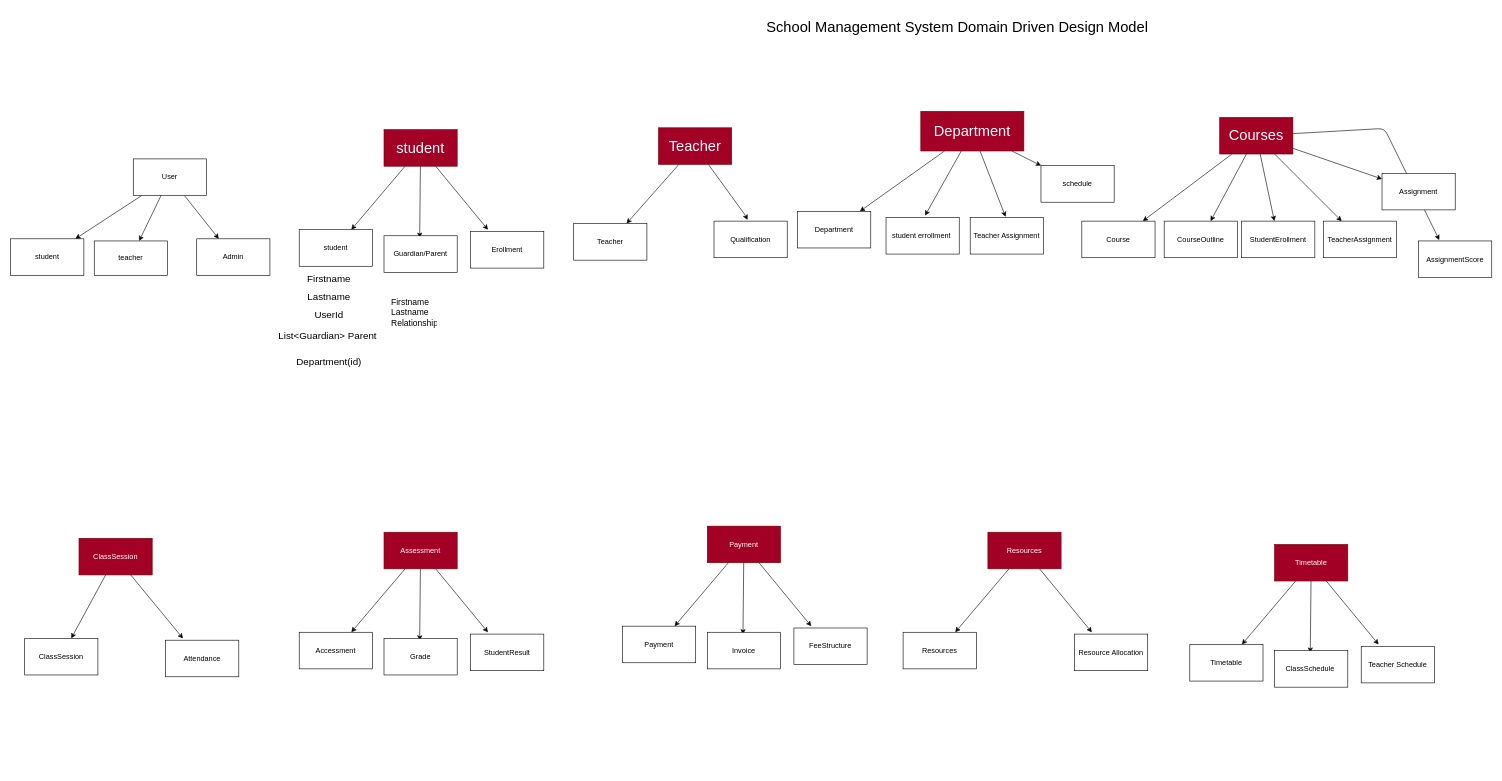
The draw.io diagram app.drawio in hakeem2499/SchoolAutomation, before the edit. Source tidied: cells renumbered, new cells numbered last; positions are measured from the earlier drawing's top-left corner, leaving out a move shared by most shapes. Both pictures are drawn from the tidied source at 61%, with x=0, y=0 at pixel (10, 10).
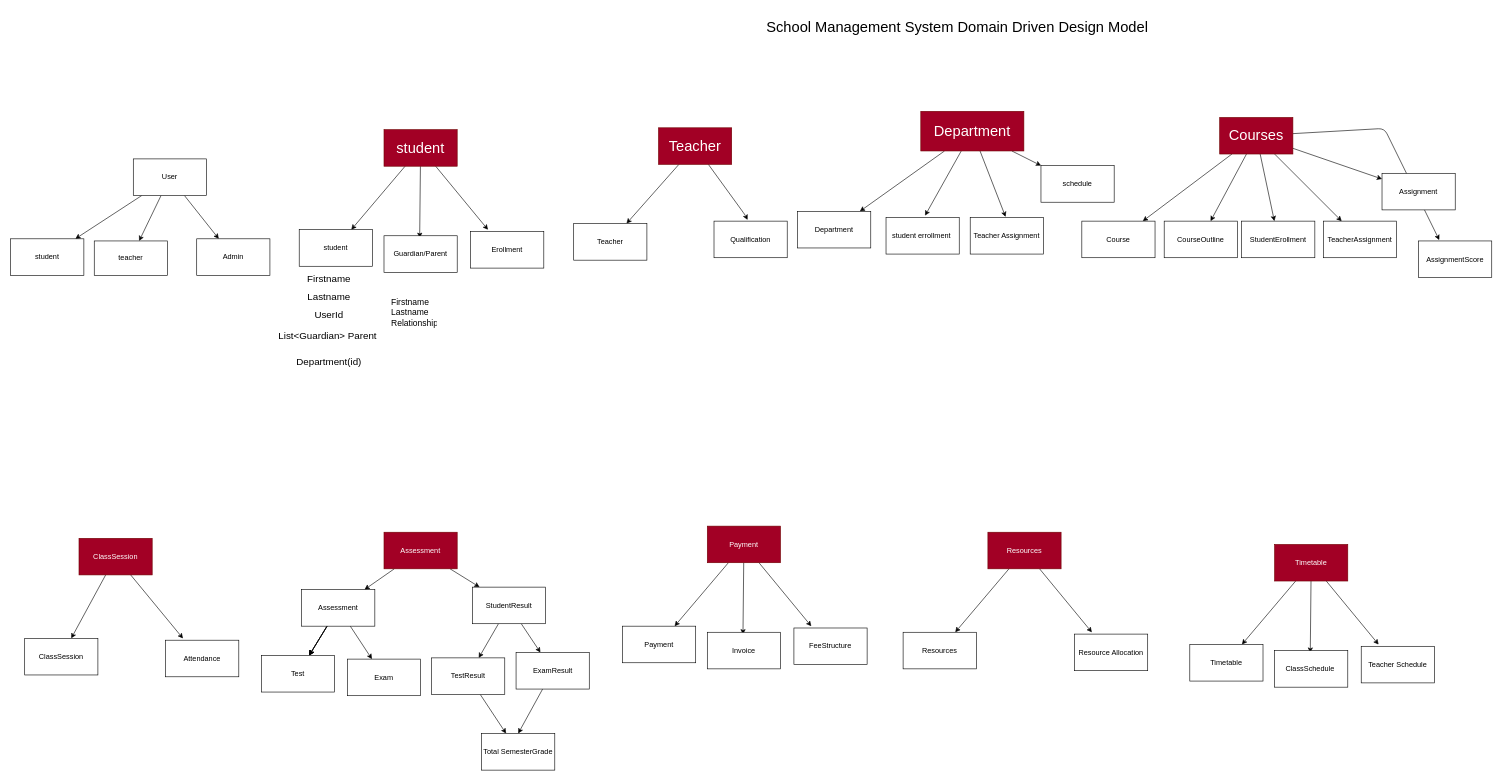
The same diagram, later.

Commit message:
added accessment aggregate structure

Unchanged cells that the change refers to:
```xml
<mxCell id="32" value="Assessment" style="rounded=0;whiteSpace=wrap;html=1;fillColor=#a20025;fontColor=#ffffff;strokeColor=#6F0000;" parent="1" vertex="1">
  <mxGeometry x="612" y="855" width="120" height="60" as="geometry" />
</mxCell>
```

Diff of the diagram source:
```diff
@@
-    <mxCell id="30" style="edgeStyle=none;html=1;" parent="1" edge="1" source="32">
-      <mxGeometry relative="1" as="geometry">
-        <mxPoint x="670.5" y="1032.6" as="targetPoint" />
-      </mxGeometry>
-    </mxCell>
-    <mxCell id="31" style="edgeStyle=none;html=1;" parent="1" edge="1" source="32">
-      <mxGeometry relative="1" as="geometry">
-        <mxPoint x="782.5" y="1019.1" as="targetPoint" />
-      </mxGeometry>
+    <mxCell id="31" style="edgeStyle=none;html=1;" parent="1" edge="1" source="32" target="35">
+      <mxGeometry relative="1" as="geometry" />
     </mxCell>
@@
+    <mxCell id="81" style="edgeStyle=none;html=1;" parent="1" edge="1" source="33" target="88">
+      <mxGeometry relative="1" as="geometry" />
+    </mxCell>
+    <mxCell id="82" style="edgeStyle=none;html=1;" parent="1" edge="1" source="33" target="88">
+      <mxGeometry relative="1" as="geometry" />
+    </mxCell>
+    <mxCell id="83" style="edgeStyle=none;html=1;" parent="1" edge="1" source="33" target="88">
+      <mxGeometry relative="1" as="geometry" />
+    </mxCell>
+    <mxCell id="84" style="edgeStyle=none;html=1;" parent="1" edge="1" source="33" target="88">
+      <mxGeometry relative="1" as="geometry" />
+    </mxCell>
+    <mxCell id="85" style="edgeStyle=none;html=1;" parent="1" edge="1" source="33" target="89">
+      <mxGeometry relative="1" as="geometry" />
+    </mxCell>
-    <mxCell id="33" value="Accessment" style="rounded=0;whiteSpace=wrap;html=1;" parent="1" vertex="1">
-      <mxGeometry x="473" y="1019" width="120" height="60" as="geometry" />
+    <mxCell id="33" value="Assessment" style="rounded=0;whiteSpace=wrap;html=1;" parent="1" vertex="1">
+      <mxGeometry x="477" y="949" width="120" height="60" as="geometry" />
     </mxCell>
-    <mxCell id="34" value="Grade" style="rounded=0;whiteSpace=wrap;html=1;" parent="1" vertex="1">
-      <mxGeometry x="612" y="1029" width="120" height="60" as="geometry" />
-    </mxCell>
+    <mxCell id="86" style="edgeStyle=none;html=1;" parent="1" edge="1" source="35" target="91">
+      <mxGeometry relative="1" as="geometry" />
+    </mxCell>
+    <mxCell id="87" style="edgeStyle=none;html=1;" parent="1" edge="1" source="35" target="93">
+      <mxGeometry relative="1" as="geometry" />
+    </mxCell>
     <mxCell id="35" value="StudentResult" style="rounded=0;whiteSpace=wrap;html=1;" parent="1" vertex="1">
-      <mxGeometry x="754" y="1022" width="120" height="60" as="geometry" />
+      <mxGeometry x="757" y="945" width="120" height="60" as="geometry" />
     </mxCell>
@@
+    <mxCell id="88" value="Test" style="rounded=0;whiteSpace=wrap;html=1;" parent="1" vertex="1">
+      <mxGeometry x="411" y="1057" width="120" height="60" as="geometry" />
+    </mxCell>
+    <mxCell id="89" value="Exam" style="rounded=0;whiteSpace=wrap;html=1;" parent="1" vertex="1">
+      <mxGeometry x="552" y="1063" width="120" height="60" as="geometry" />
+    </mxCell>
+    <mxCell id="90" style="edgeStyle=none;html=1;" parent="1" edge="1" source="91" target="94">
+      <mxGeometry relative="1" as="geometry" />
+    </mxCell>
+    <mxCell id="91" value="TestResult" style="whiteSpace=wrap;html=1;rounded=0;" parent="1" vertex="1">
+      <mxGeometry x="690" y="1061" width="120" height="60" as="geometry" />
+    </mxCell>
+    <mxCell id="92" style="edgeStyle=none;html=1;entryX=0.5;entryY=0;entryDx=0;entryDy=0;" parent="1" edge="1" source="93" target="94">
+      <mxGeometry relative="1" as="geometry" />
+    </mxCell>
+    <mxCell id="93" value="ExamResult" style="rounded=0;whiteSpace=wrap;html=1;" parent="1" vertex="1">
+      <mxGeometry x="828.5" y="1052.1" width="120" height="60" as="geometry" />
+    </mxCell>
+    <mxCell id="94" value="Total SemesterGrade" style="whiteSpace=wrap;html=1;rounded=0;" parent="1" vertex="1">
+      <mxGeometry x="772" y="1185" width="120" height="60" as="geometry" />
+    </mxCell>
```
